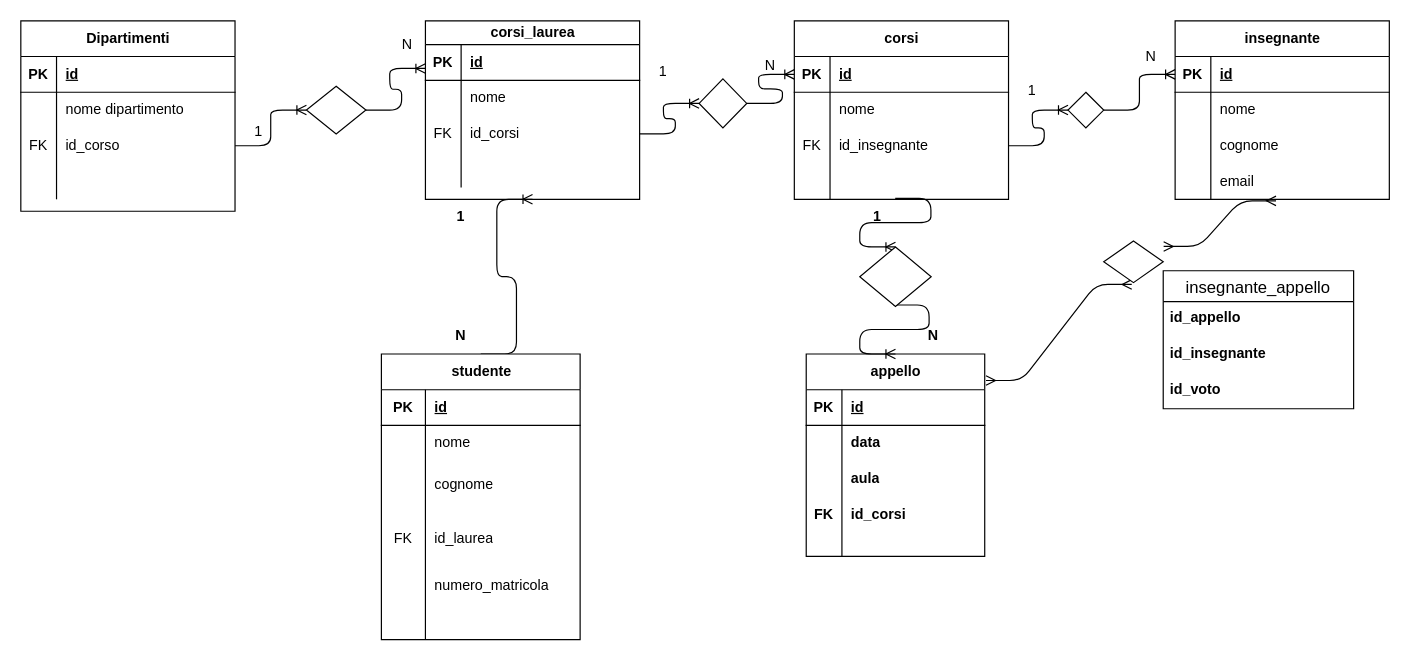
The draw.io diagram university.dio in LucaStellato/db-university, before the edit. Source tidied: cells renumbered, new cells numbered last; positions are measured from the earlier drawing's top-left corner, leaving out a move shared by most shapes. Both pictures are drawn from the tidied source at 119%, with x=0, y=0 at pixel (20, 20).
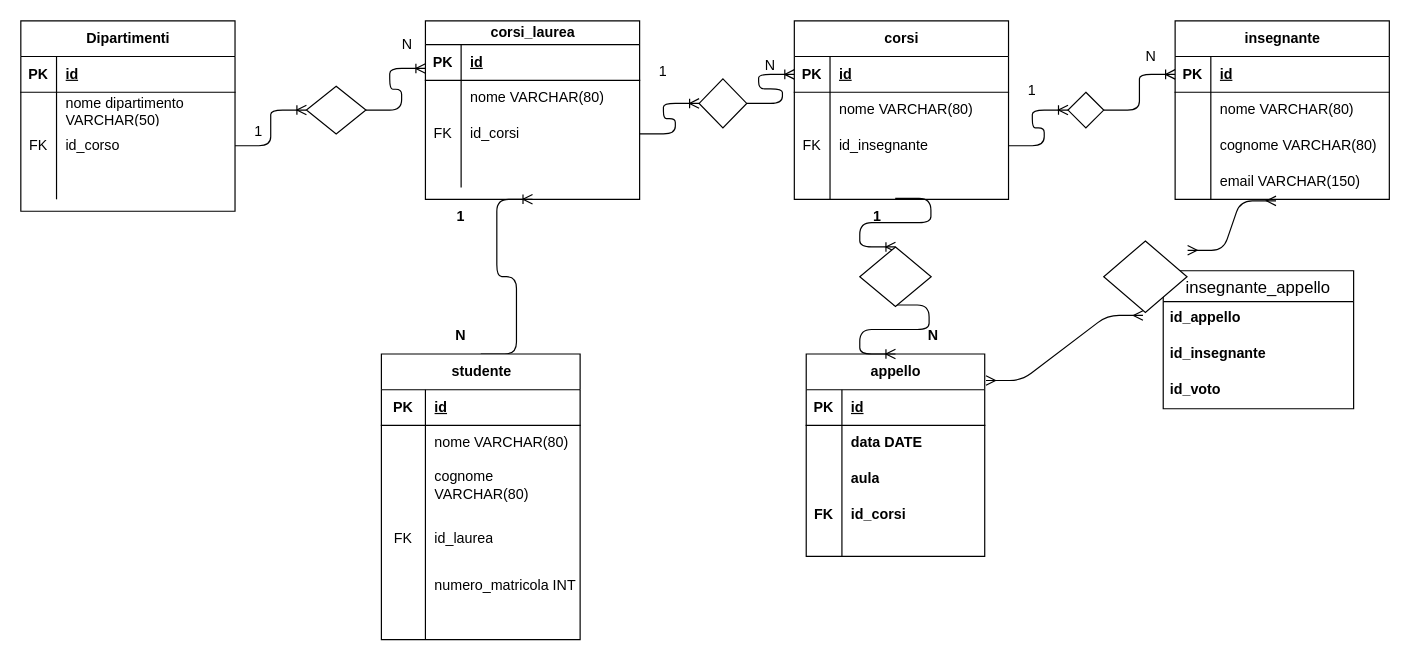
The same diagram, later.

Commit message (it also covers changes not shown here):
create index html file

Unchanged cells that the change refers to:
```xml
<mxCell id="6" style="shape=tableRow;horizontal=0;startSize=0;swimlaneHead=0;swimlaneBody=0;fillColor=none;top=0;left=0;right=0;bottom=0;" parent="2" vertex="1">
  <mxGeometry y="60" width="180" height="30" as="geometry" />
</mxCell>
<mxCell id="19" style="shape=tableRow;horizontal=0;startSize=0;swimlaneHead=0;swimlaneBody=0;fillColor=none;top=0;left=0;right=0;bottom=0;" parent="15" vertex="1">
  <mxGeometry y="50" width="180" height="30" as="geometry" />
</mxCell>
<mxCell id="32" style="shape=tableRow;horizontal=0;startSize=0;swimlaneHead=0;swimlaneBody=0;fillColor=none;top=0;left=0;right=0;bottom=0;" parent="28" vertex="1">
  <mxGeometry y="60" width="180" height="30" as="geometry" />
</mxCell>
<mxCell id="45" style="shape=tableRow;horizontal=0;startSize=0;swimlaneHead=0;swimlaneBody=0;fillColor=none;top=0;left=0;right=0;bottom=0;" parent="41" vertex="1">
  <mxGeometry y="60" width="180" height="30" as="geometry" />
</mxCell>
<mxCell id="48" style="shape=tableRow;horizontal=0;startSize=0;swimlaneHead=0;swimlaneBody=0;fillColor=none;top=0;left=0;right=0;bottom=0;" parent="41" vertex="1">
  <mxGeometry y="90" width="180" height="30" as="geometry" />
</mxCell>
<mxCell id="51" style="shape=tableRow;horizontal=0;startSize=0;swimlaneHead=0;swimlaneBody=0;fillColor=none;points=[[0,0.5],[1,0.5]];portConstraint=eastwest;top=0;left=0;right=0;bottom=0;" parent="41" vertex="1">
  <mxGeometry y="120" width="180" height="30" as="geometry" />
</mxCell>
<mxCell id="74" style="shape=tableRow;horizontal=0;startSize=0;swimlaneHead=0;swimlaneBody=0;fillColor=none;top=0;left=0;right=0;bottom=0;" parent="70" vertex="1">
  <mxGeometry y="60" width="167" height="30" as="geometry" />
</mxCell>
<mxCell id="77" style="shape=tableRow;horizontal=0;startSize=0;swimlaneHead=0;swimlaneBody=0;fillColor=none;top=0;left=0;right=0;bottom=0;" parent="70" vertex="1">
  <mxGeometry y="90" width="167" height="40" as="geometry" />
</mxCell>
<mxCell id="83" style="shape=tableRow;horizontal=0;startSize=0;swimlaneHead=0;swimlaneBody=0;fillColor=none;top=0;left=0;right=0;bottom=0;strokeColor=default;align=center;verticalAlign=middle;fontFamily=Helvetica;fontSize=12;fontColor=default;fontStyle=1;" parent="70" vertex="1">
  <mxGeometry y="180" width="167" height="30" as="geometry" />
</mxCell>
<mxCell id="95" style="shape=tableRow;horizontal=0;startSize=0;swimlaneHead=0;swimlaneBody=0;fillColor=none;top=0;left=0;right=0;bottom=0;strokeColor=default;align=center;verticalAlign=middle;fontFamily=Helvetica;fontSize=12;fontColor=default;fontStyle=1;" parent="91" vertex="1">
  <mxGeometry y="60" width="150" height="30" as="geometry" />
</mxCell>
```

What changed in the source:
```diff
@@
-    <mxCell id="8" value="nome dipartimento" style="shape=partialRectangle;fillColor=none;top=0;left=0;bottom=0;right=0;align=left;spacingLeft=6;overflow=hidden;whiteSpace=wrap;html=1;" parent="6" vertex="1">
+    <mxCell id="8" value="nome dipartimento VARCHAR(50)" style="shape=partialRectangle;fillColor=none;top=0;left=0;bottom=0;right=0;align=left;spacingLeft=6;overflow=hidden;whiteSpace=wrap;html=1;" parent="6" vertex="1">
       <mxGeometry x="30" width="150" height="30" as="geometry" />
     </mxCell>
@@
-    <mxCell id="21" value="nome" style="shape=partialRectangle;fillColor=none;top=0;left=0;bottom=0;right=0;align=left;spacingLeft=6;overflow=hidden;whiteSpace=wrap;html=1;" parent="19" vertex="1">
+    <mxCell id="21" value="nome VARCHAR(80)" style="shape=partialRectangle;fillColor=none;top=0;left=0;bottom=0;right=0;align=left;spacingLeft=6;overflow=hidden;whiteSpace=wrap;html=1;" parent="19" vertex="1">
       <mxGeometry x="30" width="150" height="30" as="geometry" />
     </mxCell>
@@
-    <mxCell id="34" value="nome" style="shape=partialRectangle;fillColor=none;top=0;left=0;bottom=0;right=0;align=left;spacingLeft=6;overflow=hidden;whiteSpace=wrap;html=1;" parent="32" vertex="1">
+    <mxCell id="34" value="nome VARCHAR(80)" style="shape=partialRectangle;fillColor=none;top=0;left=0;bottom=0;right=0;align=left;spacingLeft=6;overflow=hidden;whiteSpace=wrap;html=1;" parent="32" vertex="1">
       <mxGeometry x="30" width="150" height="30" as="geometry" />
     </mxCell>
@@
-    <mxCell id="47" value="nome" style="shape=partialRectangle;fillColor=none;top=0;left=0;bottom=0;right=0;align=left;spacingLeft=6;overflow=hidden;whiteSpace=wrap;html=1;" parent="45" vertex="1">
+    <mxCell id="47" value="nome VARCHAR(80)" style="shape=partialRectangle;fillColor=none;top=0;left=0;bottom=0;right=0;align=left;spacingLeft=6;overflow=hidden;whiteSpace=wrap;html=1;" parent="45" vertex="1">
       <mxGeometry x="30" width="150" height="30" as="geometry" />
     </mxCell>
@@
-    <mxCell id="50" value="cognome" style="shape=partialRectangle;fillColor=none;top=0;left=0;bottom=0;right=0;align=left;spacingLeft=6;overflow=hidden;whiteSpace=wrap;html=1;" parent="48" vertex="1">
+    <mxCell id="50" value="cognome VARCHAR(80)" style="shape=partialRectangle;fillColor=none;top=0;left=0;bottom=0;right=0;align=left;spacingLeft=6;overflow=hidden;whiteSpace=wrap;html=1;" parent="48" vertex="1">
       <mxGeometry x="30" width="150" height="30" as="geometry" />
     </mxCell>
@@
-    <mxCell id="53" value="email" style="shape=partialRectangle;fillColor=none;top=0;left=0;bottom=0;right=0;align=left;spacingLeft=6;overflow=hidden;whiteSpace=wrap;html=1;" parent="51" vertex="1">
+    <mxCell id="53" value="email VARCHAR(150)" style="shape=partialRectangle;fillColor=none;top=0;left=0;bottom=0;right=0;align=left;spacingLeft=6;overflow=hidden;whiteSpace=wrap;html=1;" parent="51" vertex="1">
       <mxGeometry x="30" width="150" height="30" as="geometry" />
     </mxCell>
@@
-    <mxCell id="76" value="nome&amp;nbsp;" style="shape=partialRectangle;fillColor=none;top=0;left=0;bottom=0;right=0;align=left;spacingLeft=6;overflow=hidden;whiteSpace=wrap;html=1;" parent="74" vertex="1">
+    <mxCell id="76" value="nome VARCHAR(80)&amp;nbsp;" style="shape=partialRectangle;fillColor=none;top=0;left=0;bottom=0;right=0;align=left;spacingLeft=6;overflow=hidden;whiteSpace=wrap;html=1;" parent="74" vertex="1">
       <mxGeometry x="37" width="130" height="30" as="geometry" />
     </mxCell>
@@
-    <mxCell id="79" value="cognome" style="shape=partialRectangle;fillColor=none;top=0;left=0;bottom=0;right=0;align=left;spacingLeft=6;overflow=hidden;whiteSpace=wrap;html=1;" parent="77" vertex="1">
+    <mxCell id="79" value="cognome VARCHAR(80)" style="shape=partialRectangle;fillColor=none;top=0;left=0;bottom=0;right=0;align=left;spacingLeft=6;overflow=hidden;whiteSpace=wrap;html=1;" parent="77" vertex="1">
       <mxGeometry x="37" width="130" height="40" as="geometry" />
     </mxCell>
@@
-    <mxCell id="85" value="numero_matricola" style="shape=partialRectangle;fillColor=none;top=0;left=0;bottom=0;right=0;align=left;spacingLeft=6;fontStyle=0;overflow=hidden;whiteSpace=wrap;html=1;strokeColor=default;verticalAlign=middle;fontFamily=Helvetica;fontSize=12;fontColor=default;" parent="83" vertex="1">
+    <mxCell id="85" value="numero_matricola INT" style="shape=partialRectangle;fillColor=none;top=0;left=0;bottom=0;right=0;align=left;spacingLeft=6;fontStyle=0;overflow=hidden;whiteSpace=wrap;html=1;strokeColor=default;verticalAlign=middle;fontFamily=Helvetica;fontSize=12;fontColor=default;" parent="83" vertex="1">
       <mxGeometry x="37" width="130" height="30" as="geometry" />
     </mxCell>
@@
-    <mxCell id="97" value="data" style="shape=partialRectangle;fillColor=none;top=0;left=0;bottom=0;right=0;align=left;spacingLeft=6;overflow=hidden;whiteSpace=wrap;html=1;strokeColor=default;verticalAlign=middle;fontFamily=Helvetica;fontSize=12;fontColor=default;fontStyle=1;" parent="95" vertex="1">
+    <mxCell id="97" value="data DATE" style="shape=partialRectangle;fillColor=none;top=0;left=0;bottom=0;right=0;align=left;spacingLeft=6;overflow=hidden;whiteSpace=wrap;html=1;strokeColor=default;verticalAlign=middle;fontFamily=Helvetica;fontSize=12;fontColor=default;fontStyle=1;" parent="95" vertex="1">
       <mxGeometry x="30" width="120" height="30" as="geometry" />
     </mxCell>
@@
     <mxCell id="118" style="rhombus;whiteSpace=wrap;html=1;strokeColor=default;align=center;verticalAlign=middle;fontFamily=Helvetica;fontSize=12;fontColor=default;fontStyle=1;fillColor=default;" parent="1" vertex="1">
-      <mxGeometry x="910" y="185" width="50" height="35" as="geometry" />
+      <mxGeometry x="910" y="185" width="70" height="60" as="geometry" />
     </mxCell>
```
